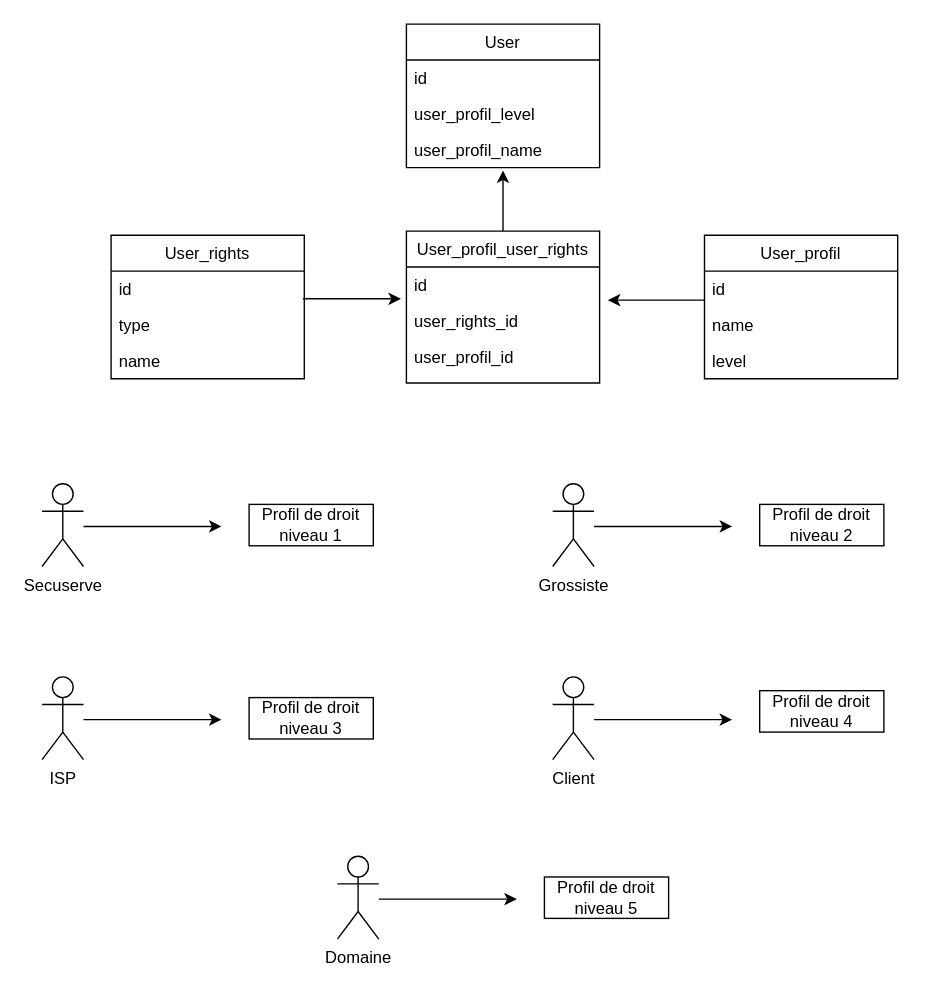
Earlier version of the draw.io diagram security.drawio (nrgix2/api-netpoint). Source tidied: cells renumbered, new cells numbered last; positions are measured from the earlier drawing's top-left corner, leaving out a move shared by most shapes. Both pictures are drawn from the tidied source at 138%, with x=0, y=0 at pixel (41, 23).
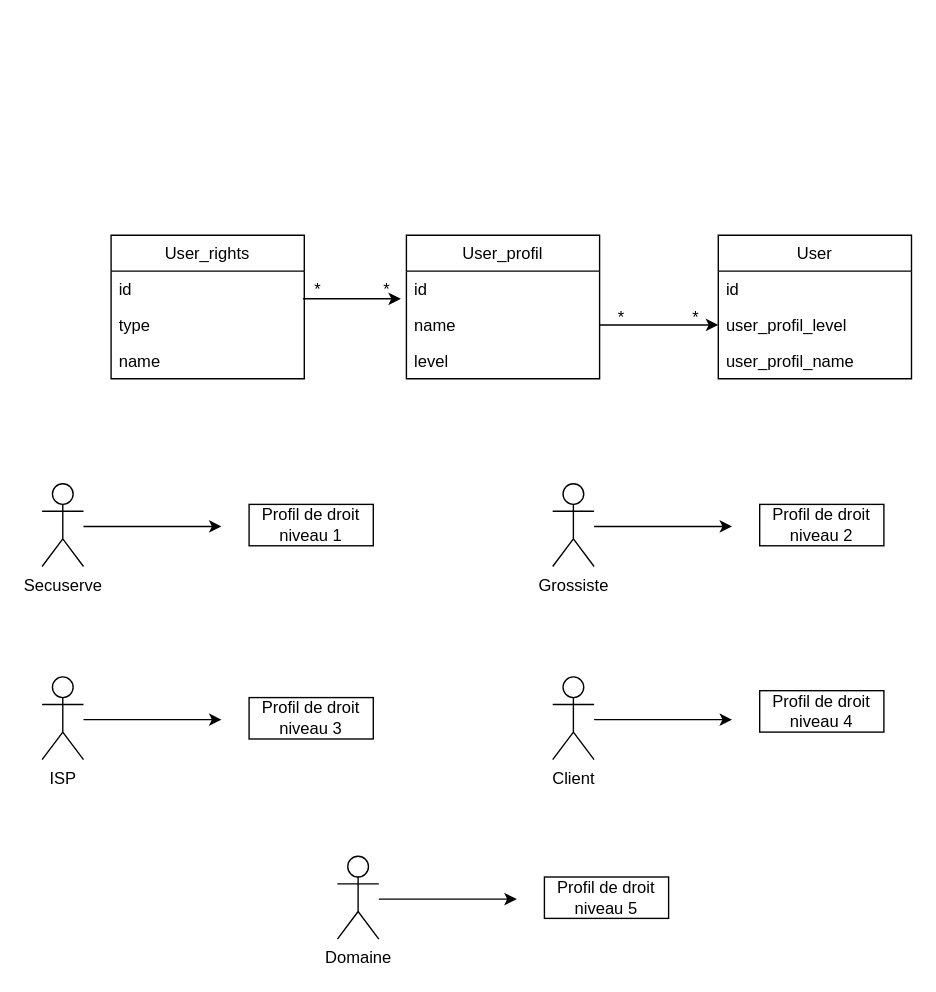
The same page after the edit.

The change refers to these unchanged cells:
```xml
<mxCell id="19" value="name" style="text;strokeColor=none;fillColor=none;align=left;verticalAlign=top;spacingLeft=4;spacingRight=4;overflow=hidden;points=[[0,0.5],[1,0.5]];portConstraint=eastwest;" parent="17" vertex="1">
  <mxGeometry y="52" width="140" height="26" as="geometry" />
</mxCell>
<mxCell id="23" value="user_profil_level" style="text;strokeColor=none;fillColor=none;align=left;verticalAlign=top;spacingLeft=4;spacingRight=4;overflow=hidden;points=[[0,0.5],[1,0.5]];portConstraint=eastwest;" parent="21" vertex="1">
  <mxGeometry y="52" width="140" height="26" as="geometry" />
</mxCell>
<mxCell id="24" value="user_profil_name" style="text;strokeColor=none;fillColor=none;align=left;verticalAlign=top;spacingLeft=4;spacingRight=4;overflow=hidden;points=[[0,0.5],[1,0.5]];portConstraint=eastwest;" parent="21" vertex="1">
  <mxGeometry y="78" width="140" height="26" as="geometry" />
</mxCell>
```

The edit, as a diff of the source:
```diff
@@
     <mxCell id="17" value="User_profil" style="swimlane;fontStyle=0;horizontal=1;startSize=26;" parent="1" vertex="1">
-      <mxGeometry x="480" y="153" width="140" height="104" as="geometry" />
+      <mxGeometry x="264" y="153" width="140" height="104" as="geometry" />
     </mxCell>
@@
     <mxCell id="21" value="User" style="swimlane;fontStyle=0;horizontal=1;startSize=26;" parent="1" vertex="1">
-      <mxGeometry x="264" width="140" height="104" as="geometry" />
+      <mxGeometry x="490" y="153" width="140" height="104" as="geometry" />
     </mxCell>
@@
-    <mxCell id="29" style="endArrow=classic;html=1;exitX=0.5;exitY=0;exitDx=0;exitDy=0;entryX=0.5;entryY=1.077;entryDx=0;entryDy=0;entryPerimeter=0;" parent="1" edge="1" target="24">
-      <mxGeometry relative="1" as="geometry">
-        <mxPoint x="334" y="150" as="sourcePoint" />
-      </mxGeometry>
-    </mxCell>
-    <mxCell id="30" value="User_profil_user_rights" style="swimlane;fontStyle=0;horizontal=1;startSize=26;" parent="1" vertex="1">
-      <mxGeometry x="264" y="150" width="140" height="110" as="geometry" />
-    </mxCell>
-    <mxCell id="31" value="id" style="text;strokeColor=none;fillColor=none;align=left;verticalAlign=top;spacingLeft=4;spacingRight=4;overflow=hidden;" parent="30" vertex="1">
-      <mxGeometry y="26" width="140" height="26" as="geometry" />
-    </mxCell>
-    <mxCell id="32" value="user_rights_id" style="text;strokeColor=none;fillColor=none;align=left;verticalAlign=top;spacingLeft=4;spacingRight=4;overflow=hidden;" parent="30" vertex="1">
-      <mxGeometry y="52" width="140" height="26" as="geometry" />
-    </mxCell>
-    <mxCell id="33" value="user_profil_id" style="text;strokeColor=none;fillColor=none;align=left;verticalAlign=top;spacingLeft=4;spacingRight=4;overflow=hidden;" parent="30" vertex="1">
-      <mxGeometry y="78" width="140" height="32" as="geometry" />
-    </mxCell>
@@
-    <mxCell id="35" style="endArrow=classic;html=1;" parent="1" edge="1">
-      <mxGeometry relative="1" as="geometry">
-        <mxPoint x="480" y="200" as="sourcePoint" />
-        <mxPoint x="410" y="200" as="targetPoint" />
-        <Array as="points">
-          <mxPoint x="450" y="200" />
-          <mxPoint x="430" y="200" />
-        </Array>
-      </mxGeometry>
-    </mxCell>
+    <mxCell id="36" value="*" style="text;html=1;strokeColor=none;fillColor=none;align=center;verticalAlign=middle;whiteSpace=wrap;rounded=0;" parent="1" vertex="1">
+      <mxGeometry x="180" y="183" width="40" height="20" as="geometry" />
+    </mxCell>
+    <mxCell id="37" value="*" style="text;html=1;strokeColor=none;fillColor=none;align=center;verticalAlign=middle;whiteSpace=wrap;rounded=0;" parent="1" vertex="1">
+      <mxGeometry x="400" y="203" width="40" height="20" as="geometry" />
+    </mxCell>
+    <mxCell id="38" style="endArrow=classic;html=1;exitX=1;exitY=0.5;exitDx=0;exitDy=0;entryX=0;entryY=0.5;entryDx=0;entryDy=0;" parent="1" edge="1" source="19" target="23">
+      <mxGeometry relative="1" as="geometry" />
+    </mxCell>
+    <mxCell id="39" value="*" style="text;html=1;strokeColor=none;fillColor=none;align=center;verticalAlign=middle;whiteSpace=wrap;rounded=0;" parent="1" vertex="1">
+      <mxGeometry x="230" y="183" width="40" height="20" as="geometry" />
+    </mxCell>
+    <mxCell id="40" value="*" style="text;html=1;strokeColor=none;fillColor=none;align=center;verticalAlign=middle;whiteSpace=wrap;rounded=0;" parent="1" vertex="1">
+      <mxGeometry x="454" y="203" width="40" height="20" as="geometry" />
+    </mxCell>
```
